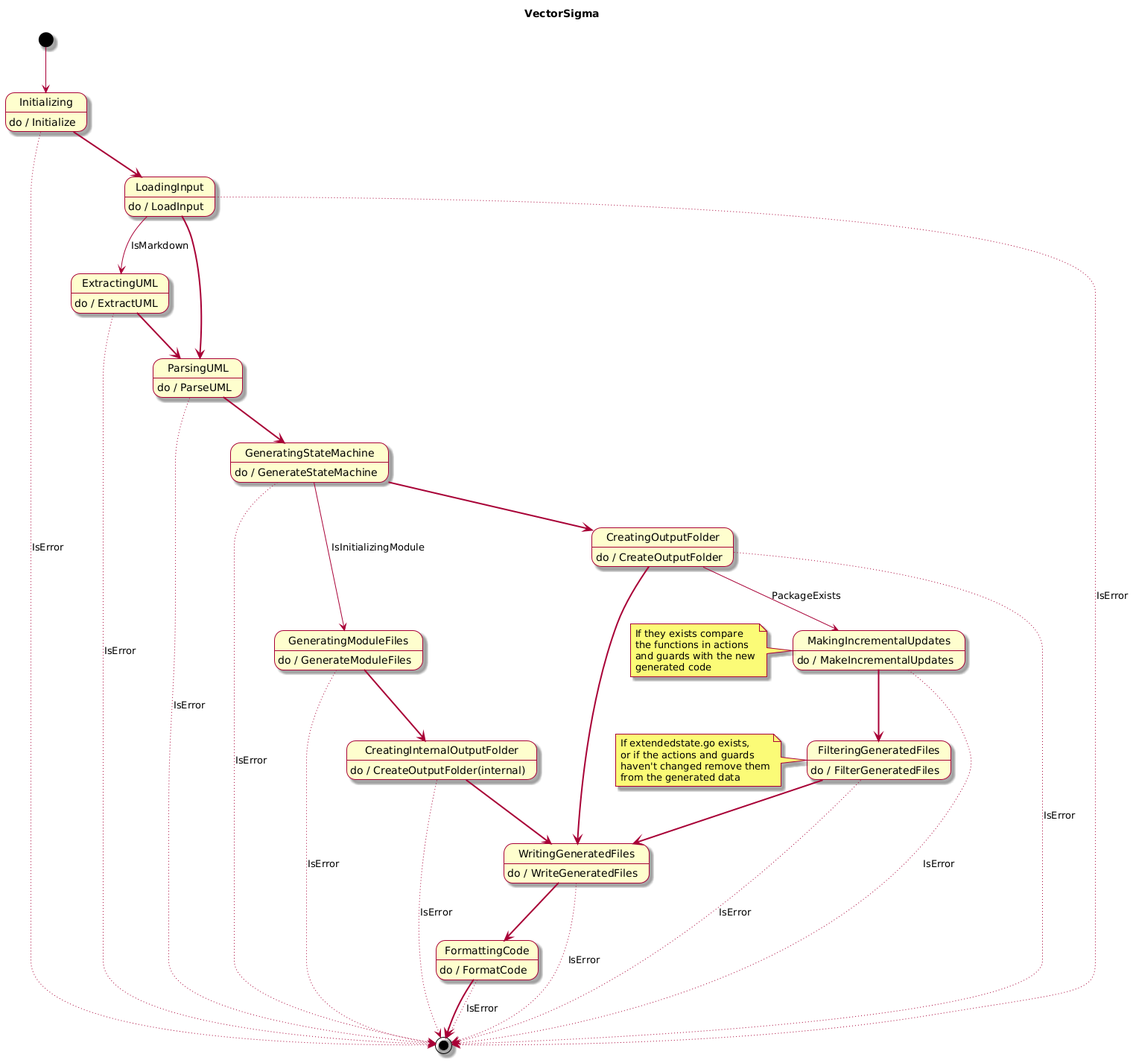
Above: docs/vectorsigma-statechart.png in mhersson/vectorsigma (PlantUML), before the change. Its diagram source:
```plantuml
@startuml
skin rose

title VectorSigma

[*] --> Initializing

Initializing: do / Initialize
Initializing -[dotted]-> [*]: IsError
Initializing -[bold]-> LoadingInput

LoadingInput: do / LoadInput
LoadingInput -[dotted]-> [*]: IsError
LoadingInput --> ExtractingUML: IsMarkdown
LoadingInput -[bold]-> ParsingUML

ExtractingUML: do / ExtractUML
ExtractingUML -[dotted]-> [*]: IsError
ExtractingUML -[bold]-> ParsingUML

ParsingUML: do / ParseUML
ParsingUML -[dotted]-> [*]: IsError
ParsingUML -[bold]-> GeneratingStateMachine

GeneratingStateMachine: do / GenerateStateMachine
GeneratingStateMachine -[dotted]-> [*]: IsError
GeneratingStateMachine --> GeneratingModuleFiles: IsInitializingModule
GeneratingStateMachine -[bold]-> CreatingOutputFolder

GeneratingModuleFiles: do / GenerateModuleFiles
GeneratingModuleFiles -[dotted]-> [*]: IsError
GeneratingModuleFiles -[bold]-> CreatingInternalOutputFolder

CreatingInternalOutputFolder: do / CreateOutputFolder(internal)
CreatingInternalOutputFolder -[dotted]-> [*]: IsError
CreatingInternalOutputFolder -[bold]-> WritingGeneratedFiles

CreatingOutputFolder: do / CreateOutputFolder
CreatingOutputFolder -[dotted]-> [*]: IsError
CreatingOutputFolder --> MakingIncrementalUpdates: PackageExists
CreatingOutputFolder -[bold]-> WritingGeneratedFiles

MakingIncrementalUpdates: do / MakeIncrementalUpdates
MakingIncrementalUpdates -[dotted]-> [*]: IsError
MakingIncrementalUpdates -[bold]-> FilteringGeneratedFiles
note left of MakingIncrementalUpdates
  If they exists compare
  the functions in actions
  and guards with the new
  generated code
end note

FilteringGeneratedFiles: do / FilterGeneratedFiles
FilteringGeneratedFiles -[dotted]-> [*]: IsError
FilteringGeneratedFiles -[bold]-> WritingGeneratedFiles
note left of FilteringGeneratedFiles
  If extendedstate.go exists,
  or if the actions and guards
  haven't changed remove them
  from the generated data
end note


WritingGeneratedFiles: do / WriteGeneratedFiles
WritingGeneratedFiles -[dotted]-> [*]: IsError
WritingGeneratedFiles -[bold]-> FormattingCode

FormattingCode: do / FormatCode
FormattingCode -[dotted]-> [*]: IsError
FormattingCode -[bold]-> [*]
@enduml
```
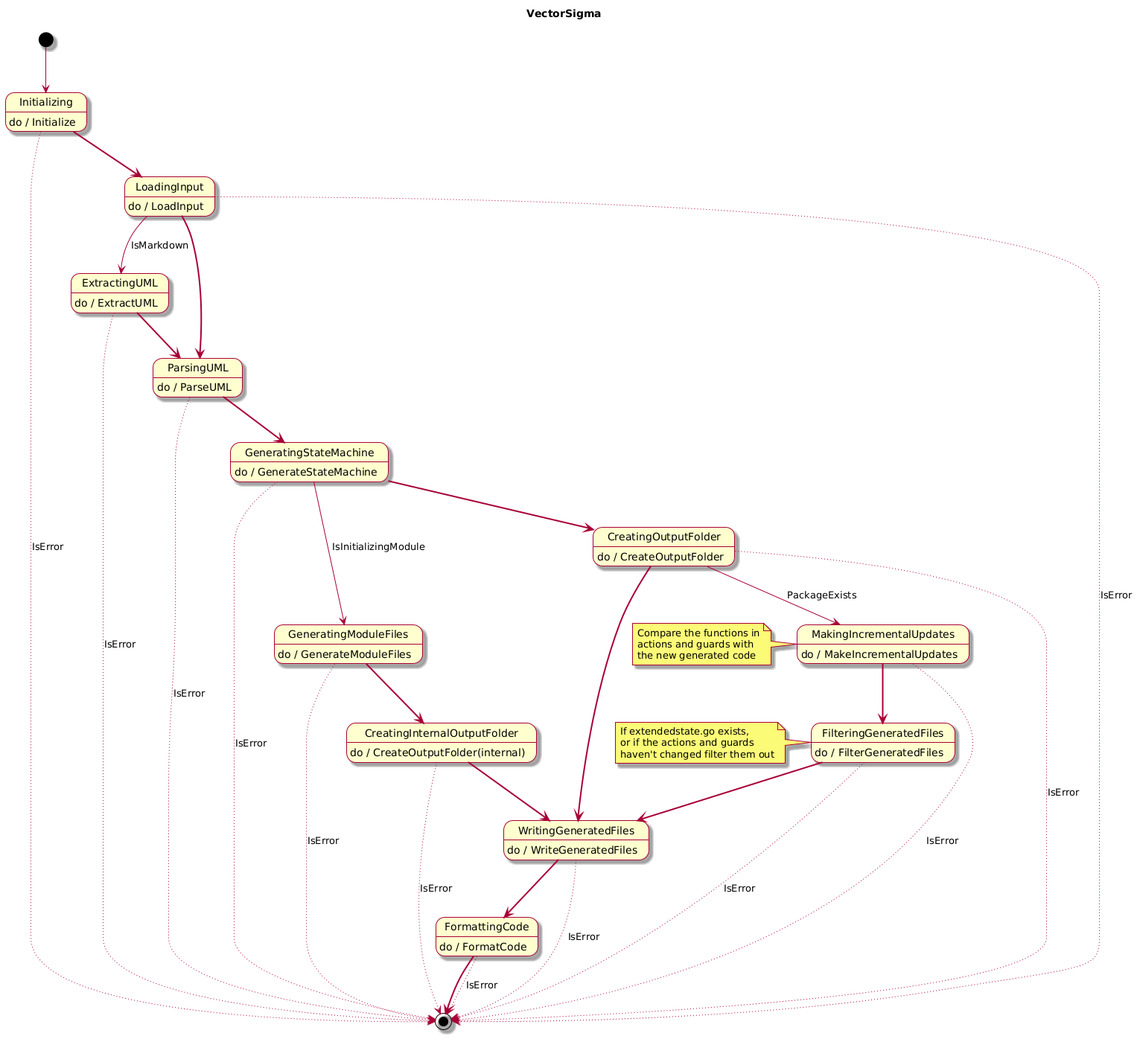
After the commit.

Commit message:
Improve the notes in the statechart diagram

Diff of the diagram source:
```diff
@@ -44,10 +44,9 @@
 MakingIncrementalUpdates -[dotted]-> [*]: IsError
 MakingIncrementalUpdates -[bold]-> FilteringGeneratedFiles
 note left of MakingIncrementalUpdates
-  If they exists compare
-  the functions in actions
-  and guards with the new
-  generated code
+  Compare the functions in
+  actions and guards with
+  the new generated code
 end note
 
 FilteringGeneratedFiles: do / FilterGeneratedFiles
@@ -56,8 +55,7 @@
 note left of FilteringGeneratedFiles
   If extendedstate.go exists,
   or if the actions and guards
-  haven't changed remove them
-  from the generated data
+  haven't changed filter them out
 end note
 
 
```
